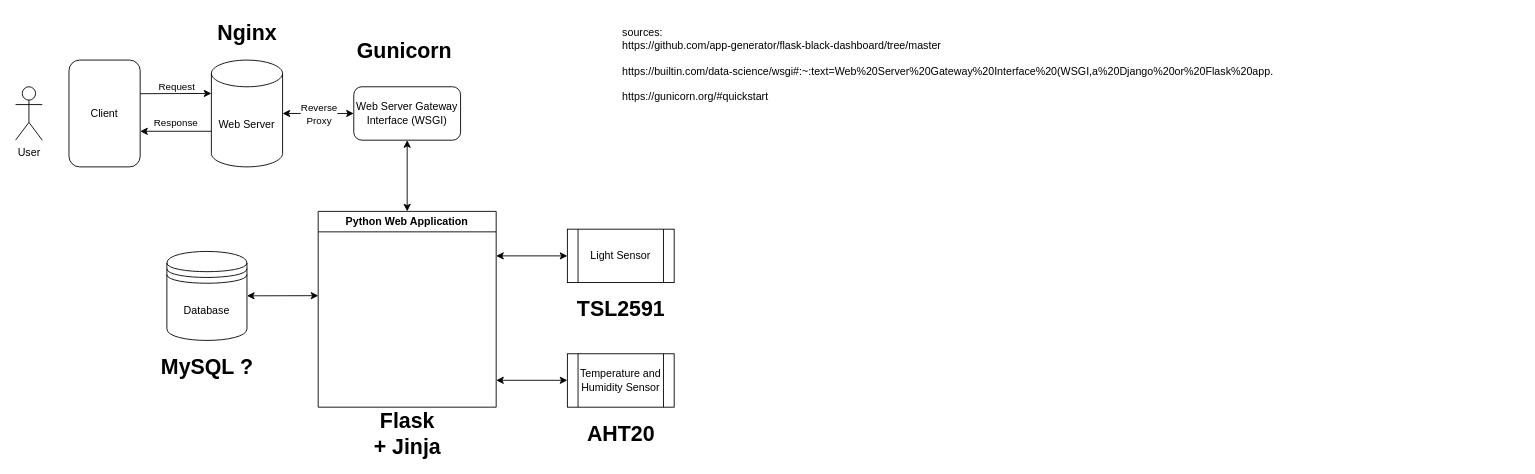
This is page "High-level System Architecture Design" (1 of 2) of docs/System Architecture Diagram.drawio from Jblaffosse/weather_station, a draw.io file, before an edit. Source tidied: cells renumbered, new cells numbered last; positions are measured from the earlier drawing's top-left corner, leaving out a move shared by most shapes. Both pictures are drawn from the tidied source at 89%, with x=0, y=0 at pixel (15, 15).
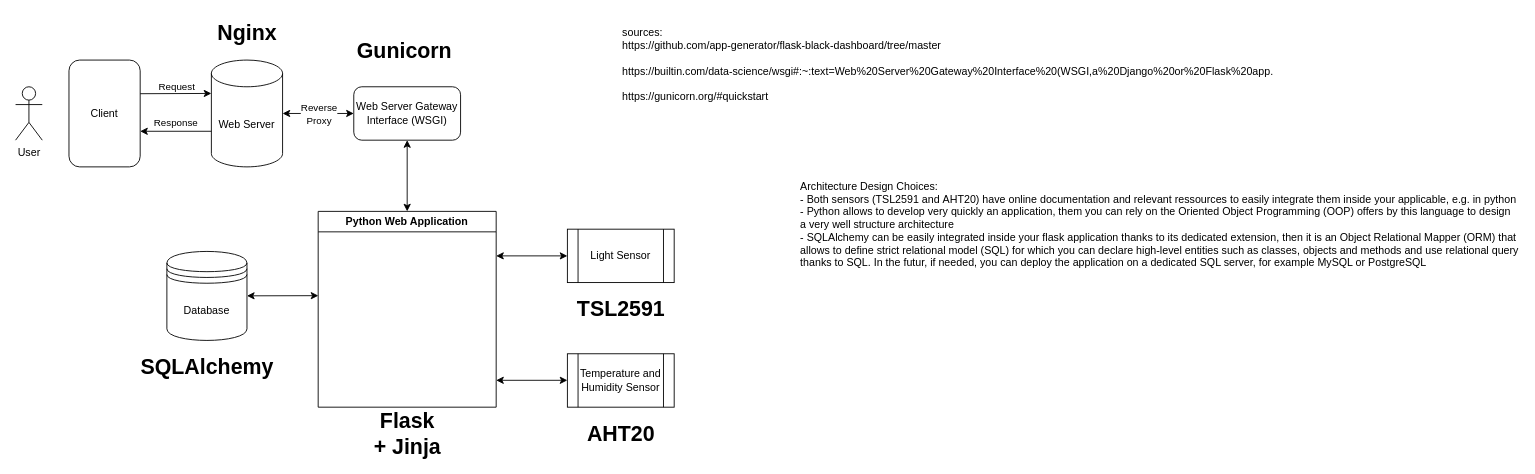
After the change.

The edit, as a diff of the source:
```diff
@@
-    <mxCell id="3" value="MySQL ?" style="text;strokeColor=none;fillColor=none;html=1;fontSize=24;fontStyle=1;verticalAlign=middle;align=center;" parent="1" vertex="1">
+    <mxCell id="3" value="SQLAlchemy" style="text;strokeColor=none;fillColor=none;html=1;fontSize=24;fontStyle=1;verticalAlign=middle;align=center;" parent="1" vertex="1">
       <mxGeometry x="165" y="375" width="100" height="40" as="geometry" />
     </mxCell>
@@
+    <mxCell id="27" value="Architecture Design Choices:&lt;br&gt;- Both sensors (TSL2591 and&amp;nbsp;AHT20) have online documentation and relevant ressources to easily integrate them inside your applicable, e.g. in python&lt;br&gt;- Python allows to develop very quickly an application, them you can rely on the Oriented Object Programming (OOP) offers by this language to design a very well structure architecture&lt;br&gt;- SQLAlchemy can be easily integrated inside your flask application thanks to its dedicated extension, then it is an Object Relational Mapper (ORM) that allows to define strict relational model (SQL) for which you can declare&amp;nbsp;high-level entities such as classes, objects and methods and use relational query thanks to SQL. In the futur, if needed, you can deploy the application on a dedicated SQL server, for example MySQL or PostgreSQL" style="text;html=1;strokeColor=none;fillColor=none;align=left;verticalAlign=middle;whiteSpace=wrap;rounded=0;" parent="1" vertex="1">
+      <mxGeometry x="880" y="220" width="810" height="30" as="geometry" />
+    </mxCell>
```
